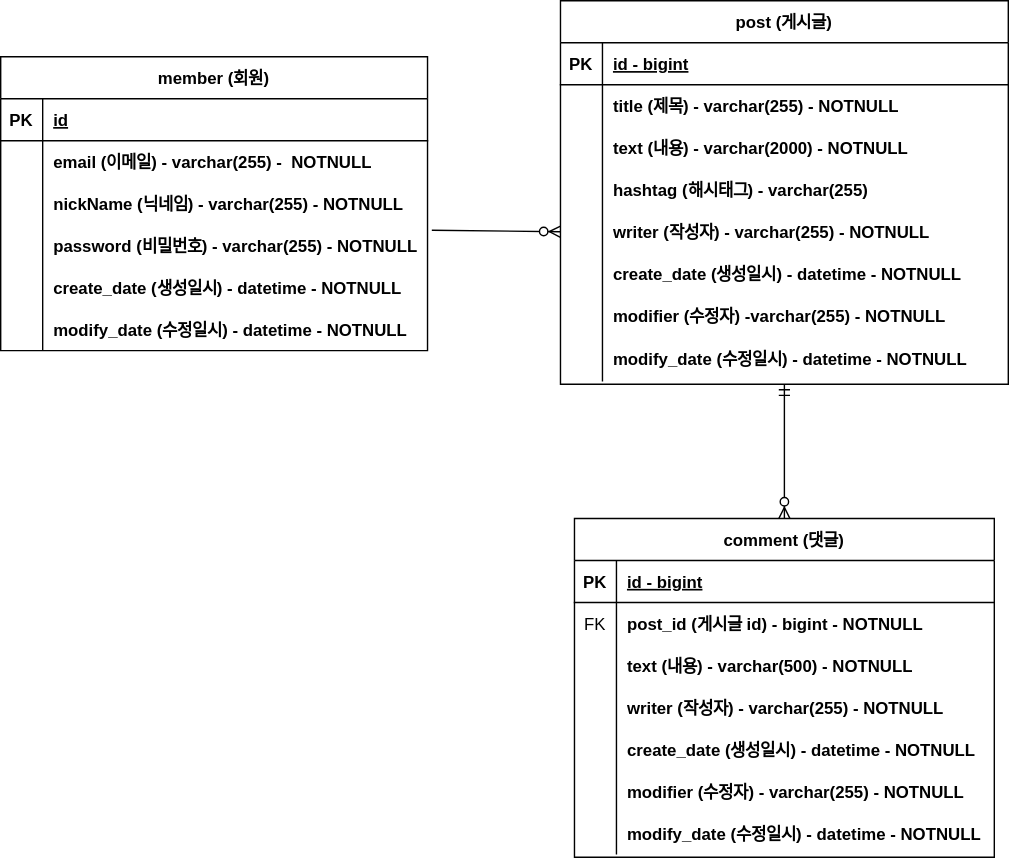
The draw.io diagram document/sym-project-erd.svg in tlqkrus012345/sym, before a commit. Source tidied: cells renumbered, new cells last; positions are measured from the earlier drawing's top-left corner, leaving out a move shared by most shapes.
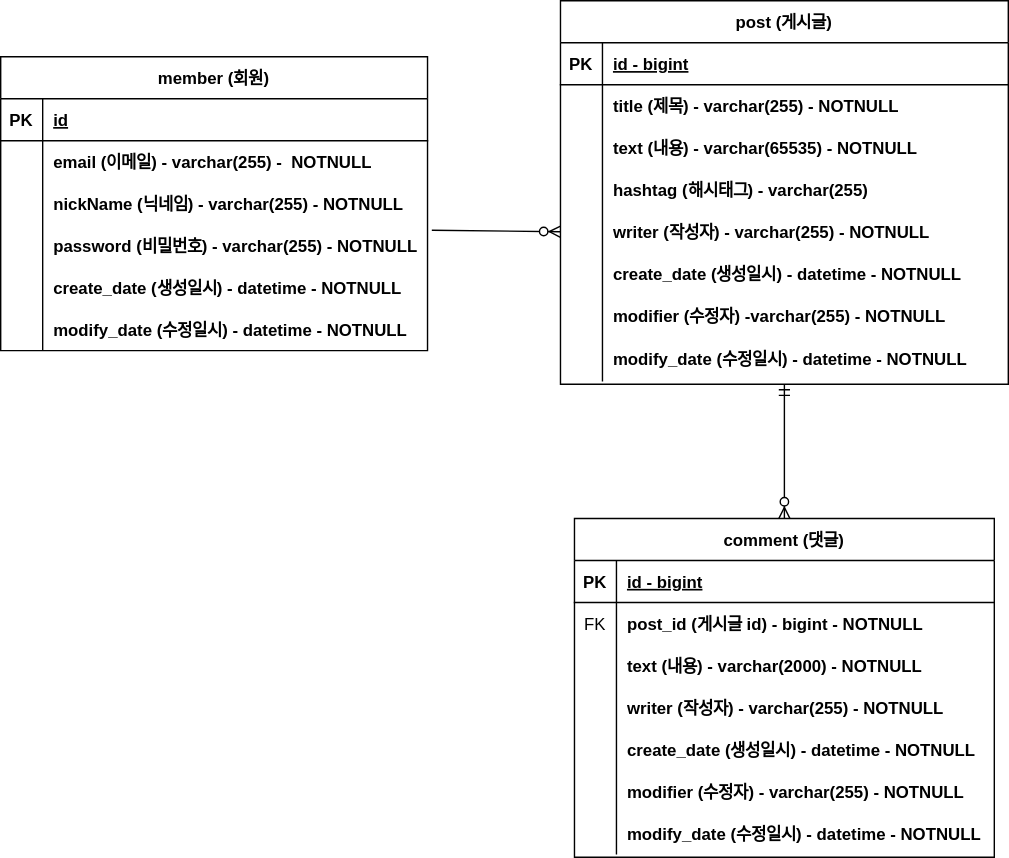
After the commit.

Commit message:
Revert "[#8] ERD 수정"

This reverts commit 9e2f98c72d1b098be67a3b1772131ec74c03658a.

The edit, as a diff of the source:
```diff
@@ -29,7 +29,7 @@
     <mxCell id="10" style="shape=partialRectangle;overflow=hidden;fillColor=none;top=0;left=0;bottom=0;right=0;" parent="9" vertex="1">
       <mxGeometry width="30" height="30" as="geometry" />
     </mxCell>
-    <mxCell id="11" value="text (내용) - varchar(2000) - NOTNULL" style="shape=partialRectangle;overflow=hidden;fillColor=none;top=0;left=0;bottom=0;right=0;align=left;spacingLeft=6;fontStyle=1;" parent="9" vertex="1">
+    <mxCell id="11" value="text (내용) - varchar(65535) - NOTNULL" style="shape=partialRectangle;overflow=hidden;fillColor=none;top=0;left=0;bottom=0;right=0;align=left;spacingLeft=6;fontStyle=1;" parent="9" vertex="1">
       <mxGeometry x="30" width="290" height="30" as="geometry" />
     </mxCell>
     <mxCell id="12" style="shape=partialRectangle;fillColor=none;top=0;left=0;right=0;bottom=0;" parent="2" vertex="1">
@@ -104,7 +104,7 @@
     <mxCell id="35" style="shape=partialRectangle;overflow=hidden;fillColor=none;top=0;left=0;bottom=0;right=0;" parent="34" vertex="1">
       <mxGeometry width="30" height="30" as="geometry" />
     </mxCell>
-    <mxCell id="36" value="text (내용) - varchar(500) - NOTNULL" style="shape=partialRectangle;overflow=hidden;fillColor=none;top=0;left=0;bottom=0;right=0;align=left;spacingLeft=6;fontStyle=1;" parent="34" vertex="1">
+    <mxCell id="36" value="text (내용) - varchar(2000) - NOTNULL" style="shape=partialRectangle;overflow=hidden;fillColor=none;top=0;left=0;bottom=0;right=0;align=left;spacingLeft=6;fontStyle=1;" parent="34" vertex="1">
       <mxGeometry x="30" width="270" height="30" as="geometry" />
     </mxCell>
     <mxCell id="37" style="shape=partialRectangle;fillColor=none;top=0;left=0;right=0;bottom=0;" parent="27" vertex="1">
```
